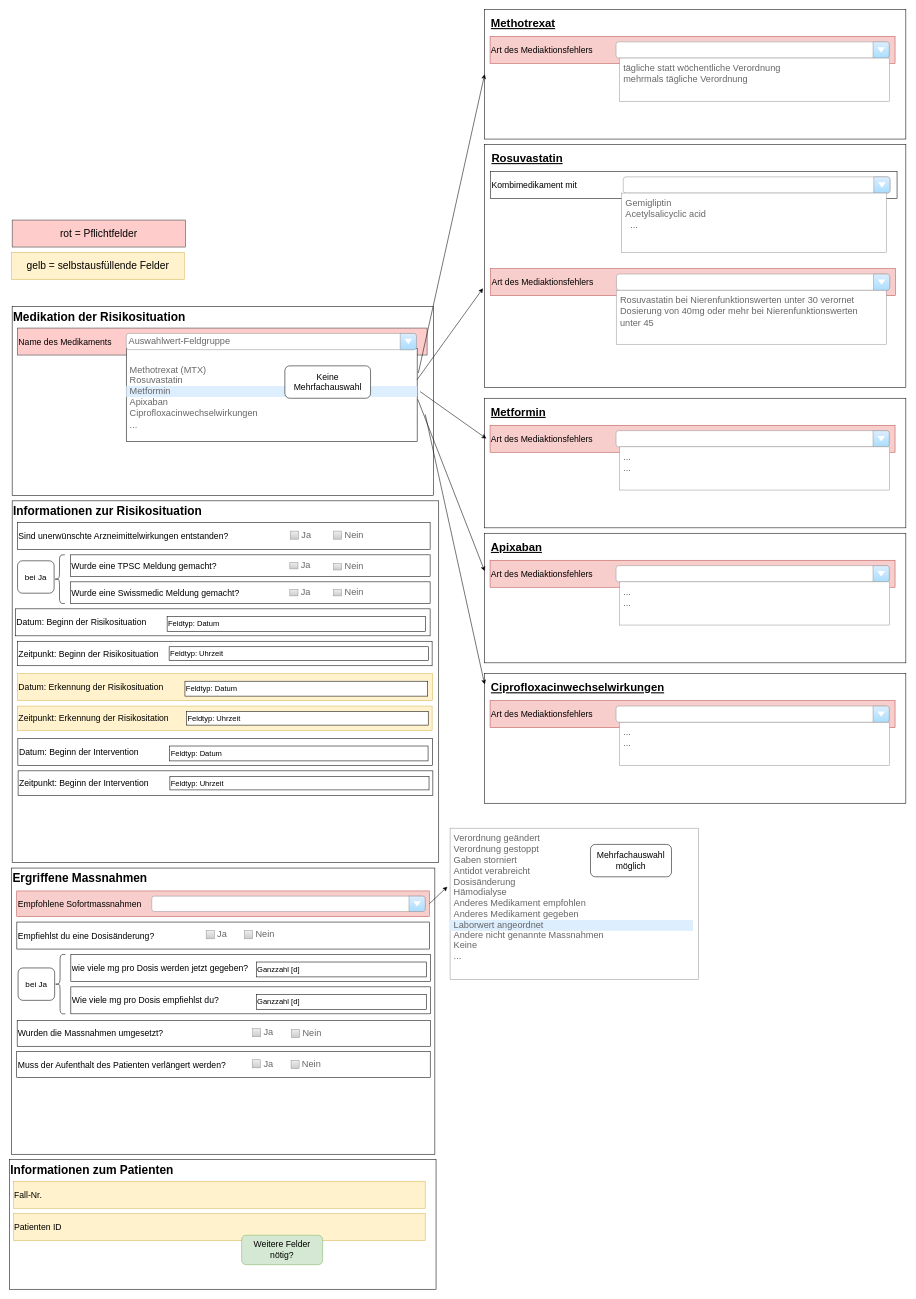
Earlier version of the draw.io diagram DOFI_Konzept2.drawio (MarlenKuehn/DOFI-draw.io). Source tidied: cells renumbered, new cells numbered last; positions are measured from the earlier drawing's top-left corner, leaving out a move shared by most shapes. Both pictures are drawn from the tidied source at 54%, with x=0, y=0 at pixel (9, 9).
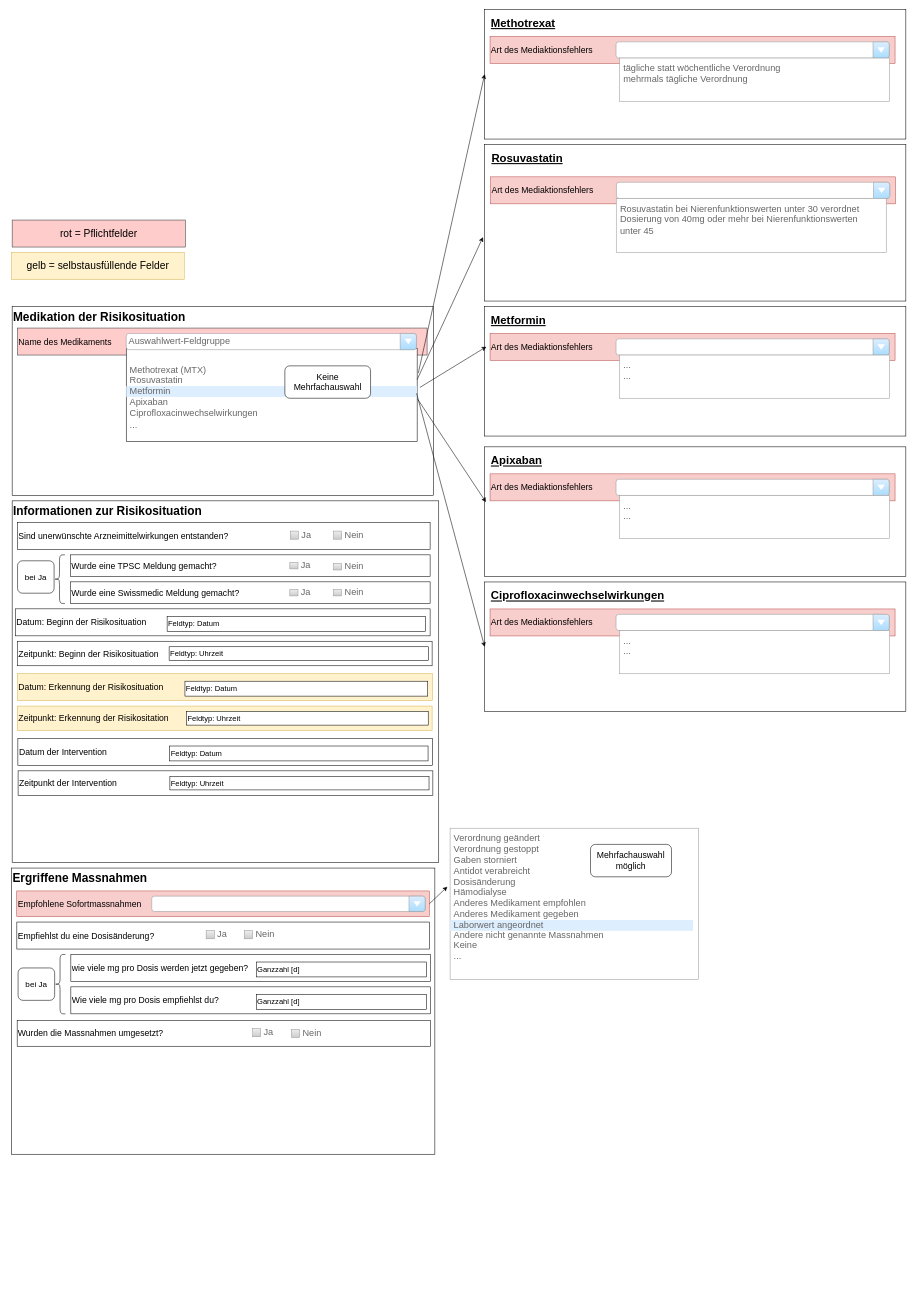
After the change.

The change refers to these unchanged cells:
```xml
<mxCell id="2" value="Ergriffene Massnahmen" style="html=1;whiteSpace=wrap;verticalAlign=top;align=left;fontStyle=1;fontSize=22;" parent="1" vertex="1">
  <mxGeometry x="3.7" y="1590" width="784.1" height="530" as="geometry" />
</mxCell>
<mxCell id="40" value="Metformin" style="strokeWidth=1;shadow=0;dashed=0;align=center;html=1;shape=mxgraph.mockup.forms.rrect;rSize=0;fontSize=17;fontColor=#666666;align=left;spacingLeft=5;fillColor=#ddeeff;strokeColor=none;whiteSpace=wrap;" parent="37" vertex="1">
  <mxGeometry width="538.7" height="20" relative="1" as="geometry">
    <mxPoint y="70" as="offset" />
  </mxGeometry>
</mxCell>
<mxCell id="47" value="Informationen zur Risikosituation" style="html=1;whiteSpace=wrap;verticalAlign=top;align=left;fontStyle=1;fontSize=22;" parent="1" vertex="1">
  <mxGeometry x="5" y="910" width="790" height="670" as="geometry" />
</mxCell>
<mxCell id="69" style="group;" parent="1" vertex="1">
  <mxGeometry x="880" y="250" width="780" height="450" as="geometry" />
</mxCell>
<mxCell id="92" style="html=1;whiteSpace=wrap;verticalAlign=top;align=left;fontStyle=1;fontSize=22;" parent="91" vertex="1">
  <mxGeometry width="780" height="240" as="geometry" />
</mxCell>
<mxCell id="108" style="html=1;whiteSpace=wrap;verticalAlign=top;align=left;fontStyle=1;fontSize=22;" parent="107" vertex="1">
  <mxGeometry width="780" height="240" as="geometry" />
</mxCell>
```

What changed in the source:
```diff
@@
-    <mxCell id="5" value="&lt;font style=&quot;font-size: 16px;&quot;&gt;Muss der Aufenthalt des Patienten verlängert werden?&lt;/font&gt;" style="html=1;whiteSpace=wrap;align=left;" parent="2" vertex="1">
-      <mxGeometry x="9.8" y="340" width="765.7" height="47.6" as="geometry" />
-    </mxCell>
-    <mxCell id="6" value="Ja" style="strokeWidth=1;shadow=0;dashed=0;align=center;html=1;shape=mxgraph.mockup.forms.rrect;rSize=0;fillColor=#eeeeee;strokeColor=#999999;gradientColor=#cccccc;align=left;spacingLeft=4;fontSize=17;fontColor=#666666;labelPosition=right;" parent="5" vertex="1">
-      <mxGeometry x="436.1" y="15" width="14.9" height="15" as="geometry" />
-    </mxCell>
-    <mxCell id="7" value="Nein" style="strokeWidth=1;shadow=0;dashed=0;align=center;html=1;shape=mxgraph.mockup.forms.rrect;rSize=0;fillColor=#eeeeee;strokeColor=#999999;gradientColor=#cccccc;align=left;spacingLeft=4;fontSize=17;fontColor=#666666;labelPosition=right;" parent="5" vertex="1">
-      <mxGeometry x="508" y="16.3" width="14.9" height="15" as="geometry" />
-    </mxCell>
@@
-    <mxCell id="61" value="&lt;font style=&quot;font-size: 16px;&quot;&gt;Zeitpunkt: Beginn der Intervention&lt;/font&gt;" style="html=1;whiteSpace=wrap;align=left;" parent="47" vertex="1">
+    <mxCell id="61" value="&lt;font style=&quot;font-size: 16px;&quot;&gt;Zeitpunkt der Intervention&lt;/font&gt;" style="html=1;whiteSpace=wrap;align=left;" parent="47" vertex="1">
       <mxGeometry x="11" y="500" width="768.1" height="45.4" as="geometry" />
     </mxCell>
@@
-    <mxCell id="63" value="&lt;font style=&quot;font-size: 16px;&quot;&gt;Datum: Beginn der Intervention&lt;/font&gt;" style="html=1;whiteSpace=wrap;align=left;" parent="47" vertex="1">
+    <mxCell id="63" value="&lt;font style=&quot;font-size: 16px;&quot;&gt;Datum der Intervention&lt;/font&gt;" style="html=1;whiteSpace=wrap;align=left;" parent="47" vertex="1">
       <mxGeometry x="10.6" y="440" width="768.1" height="50" as="geometry" />
     </mxCell>
@@
     <mxCell id="70" style="html=1;whiteSpace=wrap;verticalAlign=top;align=left;fontStyle=1;fontSize=22;" parent="69" vertex="1">
-      <mxGeometry width="780" height="450" as="geometry" />
+      <mxGeometry width="780" height="290" as="geometry" />
     </mxCell>
-    <mxCell id="71" value="&lt;font style=&quot;font-size: 16px;&quot;&gt;Kombimedikament mit&lt;/font&gt;" style="html=1;whiteSpace=wrap;align=left;" parent="69" vertex="1">
-      <mxGeometry x="10.8" y="50" width="752.9" height="50" as="geometry" />
-    </mxCell>
-    <mxCell id="72" value="&lt;table&gt;&lt;tbody&gt;&lt;tr&gt;&lt;td&gt;&lt;br&gt;&lt;/td&gt;&lt;/tr&gt;&lt;tr&gt;&lt;td&gt;&lt;br&gt;&lt;/td&gt;&lt;/tr&gt;&lt;tr&gt;&lt;td&gt;&lt;br&gt;&lt;/td&gt;&lt;/tr&gt;&lt;tr&gt;&lt;td&gt;&lt;br&gt;&lt;/td&gt;&lt;/tr&gt;&lt;tr&gt;&lt;td&gt;&lt;br&gt;&lt;/td&gt;&lt;/tr&gt;&lt;/tbody&gt;&lt;/table&gt;" style="strokeWidth=1;shadow=0;dashed=0;align=center;html=1;shape=mxgraph.mockup.forms.comboBox;strokeColor=#999999;fillColor=#ddeeff;align=left;fillColor2=#aaddff;mainText=;fontColor=#666666;fontSize=17;spacingLeft=3;" parent="71" vertex="1">
-      <mxGeometry x="245.9" y="10" width="493.9" height="30" as="geometry" />
-    </mxCell>
-    <mxCell id="73" style="strokeWidth=1;shadow=0;dashed=0;align=center;html=1;shape=mxgraph.mockup.forms.rrect;rSize=0;strokeColor=#999999;fillColor=#ffffff;" parent="69" vertex="1">
-      <mxGeometry x="253.7" y="90" width="490" height="110" as="geometry" />
-    </mxCell>
-    <mxCell id="74" value="Gemigliptin" style="strokeWidth=1;shadow=0;dashed=0;align=center;html=1;shape=mxgraph.mockup.forms.anchor;fontSize=17;fontColor=#666666;align=left;spacingLeft=5;whiteSpace=wrap;" parent="73" vertex="1">
-      <mxGeometry width="490" height="20" relative="1" as="geometry">
-        <mxPoint y="10" as="offset" />
-      </mxGeometry>
-    </mxCell>
-    <mxCell id="75" value="Acetylsalicyclic acid" style="strokeWidth=1;shadow=0;dashed=0;align=center;html=1;shape=mxgraph.mockup.forms.anchor;fontSize=17;fontColor=#666666;align=left;spacingLeft=5;whiteSpace=wrap;" parent="73" vertex="1">
-      <mxGeometry width="490" height="20" relative="1" as="geometry">
-        <mxPoint y="30" as="offset" />
-      </mxGeometry>
-    </mxCell>
-    <mxCell id="76" value="..." style="strokeWidth=1;shadow=0;dashed=0;align=center;html=1;shape=mxgraph.mockup.forms.anchor;fontSize=17;fontColor=#666666;align=left;spacingLeft=5;whiteSpace=wrap;" parent="73" vertex="1">
-      <mxGeometry width="490" height="20" relative="1" as="geometry">
-        <mxPoint x="9" y="50" as="offset" />
-      </mxGeometry>
-    </mxCell>
     <mxCell id="77" value="&lt;font style=&quot;font-size: 16px;&quot;&gt;Art des Mediaktionsfehlers&lt;/font&gt;" style="html=1;whiteSpace=wrap;align=left;fillColor=#f8cecc;strokeColor=#b85450;" parent="69" vertex="1">
-      <mxGeometry x="10.8" y="230" width="750" height="50" as="geometry" />
+      <mxGeometry x="10.8" y="60" width="750" height="50" as="geometry" />
     </mxCell>
@@
+    <mxCell id="82" value="&lt;b style=&quot;font-size: 21px;&quot;&gt;&lt;font style=&quot;font-size: 21px;&quot;&gt;Rosuvastatin&lt;/font&gt;&lt;/b&gt;" style="rounded=0;whiteSpace=wrap;html=1;align=left;labelBorderColor=none;strokeColor=none;fontStyle=4;fontSize=21;" parent="69" vertex="1">
+      <mxGeometry x="10.8" y="10" width="180" height="30" as="geometry" />
+    </mxCell>
     <mxCell id="79" style="strokeWidth=1;shadow=0;dashed=0;align=center;html=1;shape=mxgraph.mockup.forms.rrect;rSize=0;strokeColor=#999999;fillColor=#ffffff;" parent="69" vertex="1">
-      <mxGeometry x="243.7" y="270" width="500" height="100" as="geometry" />
+      <mxGeometry x="243.7" y="100" width="500" height="100" as="geometry" />
     </mxCell>
-    <mxCell id="80" value="Rosuvastatin bei Nierenfunktionswerten unter 30 verornet" style="strokeWidth=1;shadow=0;dashed=0;align=center;html=1;shape=mxgraph.mockup.forms.anchor;fontSize=17;fontColor=#666666;align=left;spacingLeft=5;whiteSpace=wrap;" parent="79" vertex="1">
+    <mxCell id="80" value="Rosuvastatin bei Nierenfunktionswerten unter 30 verordnet" style="strokeWidth=1;shadow=0;dashed=0;align=center;html=1;shape=mxgraph.mockup.forms.anchor;fontSize=17;fontColor=#666666;align=left;spacingLeft=5;whiteSpace=wrap;" parent="79" vertex="1">
       <mxGeometry width="455.17" height="20" relative="1" as="geometry">
         <mxPoint y="10" as="offset" />
       </mxGeometry>
     </mxCell>
@@
-    <mxCell id="82" value="&lt;b style=&quot;font-size: 21px;&quot;&gt;&lt;font style=&quot;font-size: 21px;&quot;&gt;Rosuvastatin&lt;/font&gt;&lt;/b&gt;" style="rounded=0;whiteSpace=wrap;html=1;align=left;labelBorderColor=none;strokeColor=none;fontStyle=4;fontSize=21;" parent="69" vertex="1">
-      <mxGeometry x="10.8" y="10" width="180" height="30" as="geometry" />
-    </mxCell>
@@
     <mxCell id="91" style="group;" parent="1" vertex="1">
-      <mxGeometry x="880" y="720" width="780" height="240" as="geometry" />
+      <mxGeometry x="880" y="550" width="780" height="240" as="geometry" />
     </mxCell>
@@
     <mxCell id="99" style="group;" parent="1" vertex="1">
-      <mxGeometry x="880" y="970" width="780" height="240" as="geometry" />
+      <mxGeometry x="880" y="970" width="780" height="330.2" as="geometry" />
     </mxCell>
+    <mxCell id="129" style="group;" parent="99" vertex="1">
+      <mxGeometry y="-160" width="780" height="240" as="geometry" />
+    </mxCell>
-    <mxCell id="100" style="html=1;whiteSpace=wrap;verticalAlign=top;align=left;fontStyle=1;fontSize=22;" parent="99" vertex="1">
+    <mxCell id="100" style="html=1;whiteSpace=wrap;verticalAlign=top;align=left;fontStyle=1;fontSize=22;" parent="129" vertex="1">
       <mxGeometry width="780" height="240" as="geometry" />
     </mxCell>
-    <mxCell id="101" value="&lt;font style=&quot;font-size: 16px;&quot;&gt;Art des Mediaktionsfehlers&lt;/font&gt;" style="html=1;whiteSpace=wrap;align=left;fillColor=#f8cecc;strokeColor=#b85450;" parent="99" vertex="1">
+    <mxCell id="101" value="&lt;font style=&quot;font-size: 16px;&quot;&gt;Art des Mediaktionsfehlers&lt;/font&gt;" style="html=1;whiteSpace=wrap;align=left;fillColor=#f8cecc;strokeColor=#b85450;" parent="129" vertex="1">
       <mxGeometry x="10" y="50" width="750" height="50" as="geometry" />
     </mxCell>
@@
-    <mxCell id="103" style="strokeWidth=1;shadow=0;dashed=0;align=center;html=1;shape=mxgraph.mockup.forms.rrect;rSize=0;strokeColor=#999999;fillColor=#ffffff;" parent="99" vertex="1">
+    <mxCell id="103" style="strokeWidth=1;shadow=0;dashed=0;align=center;html=1;shape=mxgraph.mockup.forms.rrect;rSize=0;strokeColor=#999999;fillColor=#ffffff;" parent="129" vertex="1">
       <mxGeometry x="250" y="90" width="500" height="80" as="geometry" />
     </mxCell>
@@
-    <mxCell id="106" value="&lt;b style=&quot;font-size: 21px;&quot;&gt;&lt;font style=&quot;font-size: 21px;&quot;&gt;Apixaban&lt;/font&gt;&lt;/b&gt;" style="rounded=0;whiteSpace=wrap;html=1;align=left;labelBorderColor=none;strokeColor=none;fontStyle=4;fontSize=21;" parent="99" vertex="1">
+    <mxCell id="106" value="&lt;b style=&quot;font-size: 21px;&quot;&gt;&lt;font style=&quot;font-size: 21px;&quot;&gt;Apixaban&lt;/font&gt;&lt;/b&gt;" style="rounded=0;whiteSpace=wrap;html=1;align=left;labelBorderColor=none;strokeColor=none;fontStyle=4;fontSize=21;" parent="129" vertex="1">
       <mxGeometry x="10" y="10" width="180" height="30" as="geometry" />
     </mxCell>
-    <mxCell id="107" style="group;" parent="1" vertex="1">
-      <mxGeometry x="880" y="1230" width="780" height="240" as="geometry" />
+    <mxCell id="107" style="group;" parent="99" vertex="1">
+      <mxGeometry y="90.2" width="780" height="240" as="geometry" />
     </mxCell>
@@
-    <mxCell id="115" style="endArrow=classic;html=1;rounded=0;exitX=1.01;exitY=0.504;exitDx=0;exitDy=0;entryX=0.004;entryY=0.311;entryDx=0;entryDy=0;entryPerimeter=0;exitPerimeter=0;" parent="1" edge="1" source="40" target="92">
-      <mxGeometry relative="1" as="geometry" />
+    <mxCell id="115" style="endArrow=classic;html=1;rounded=0;entryX=0.004;entryY=0.311;entryDx=0;entryDy=0;entryPerimeter=0;" parent="1" edge="1" target="92">
+      <mxGeometry relative="1" as="geometry">
+        <mxPoint x="760" y="700" as="sourcePoint" />
+      </mxGeometry>
     </mxCell>
-    <mxCell id="116" style="endArrow=classic;html=1;rounded=0;exitX=1.002;exitY=1.218;exitDx=0;exitDy=0;exitPerimeter=0;" parent="1" edge="1" source="40">
-      <mxGeometry relative="1" as="geometry">
-        <mxPoint x="880" y="1040" as="targetPoint" />
-      </mxGeometry>
+    <mxCell id="116" style="endArrow=classic;html=1;rounded=0;exitX=1.002;exitY=1.218;exitDx=0;exitDy=0;exitPerimeter=0;entryX=0.003;entryY=0.426;entryDx=0;entryDy=0;entryPerimeter=0;" parent="1" edge="1" source="40" target="100">
+      <mxGeometry relative="1" as="geometry" />
     </mxCell>
@@
-    <mxCell id="118" style="endArrow=classic;html=1;rounded=0;" parent="1" edge="1">
-      <mxGeometry relative="1" as="geometry">
-        <mxPoint x="770" y="750" as="sourcePoint" />
-        <mxPoint x="880" y="1250" as="targetPoint" />
-      </mxGeometry>
+    <mxCell id="118" style="endArrow=classic;html=1;rounded=0;entryX=0;entryY=0.5;entryDx=0;entryDy=0;exitX=0.998;exitY=0.658;exitDx=0;exitDy=0;exitPerimeter=0;" parent="1" edge="1" source="40" target="108">
+      <mxGeometry relative="1" as="geometry" />
     </mxCell>
@@
-    <mxCell id="122" style="group;" parent="1" vertex="1">
-      <mxGeometry y="2130" width="790" height="240" as="geometry" />
-    </mxCell>
-    <mxCell id="123" value="Informationen zum Patienten" style="html=1;whiteSpace=wrap;verticalAlign=top;align=left;fontStyle=1;fontSize=22;" parent="122" vertex="1">
-      <mxGeometry width="790" height="240" as="geometry" />
-    </mxCell>
-    <mxCell id="124" value="&lt;span style=&quot;font-size: 16px;&quot;&gt;Fall-Nr.&lt;/span&gt;" style="html=1;whiteSpace=wrap;align=left;fillColor=#fff2cc;strokeColor=#d6b656;" parent="122" vertex="1">
-      <mxGeometry x="7.3" y="40" width="762.6" height="50" as="geometry" />
-    </mxCell>
-    <mxCell id="125" value="&lt;span style=&quot;font-size: 16px;&quot;&gt;Patienten ID&lt;/span&gt;" style="html=1;whiteSpace=wrap;align=left;fillColor=#fff2cc;strokeColor=#d6b656;" parent="122" vertex="1">
-      <mxGeometry x="7.3" y="100" width="762.6" height="50" as="geometry" />
-    </mxCell>
-    <mxCell id="126" value="&lt;font style=&quot;font-size: 16px;&quot;&gt;Weitere Felder nötig?&lt;/font&gt;" style="rounded=1;whiteSpace=wrap;html=1;fillColor=#d5e8d4;strokeColor=#82b366;" parent="122" vertex="1">
-      <mxGeometry x="430" y="140" width="150" height="54.5" as="geometry" />
-    </mxCell>
```
